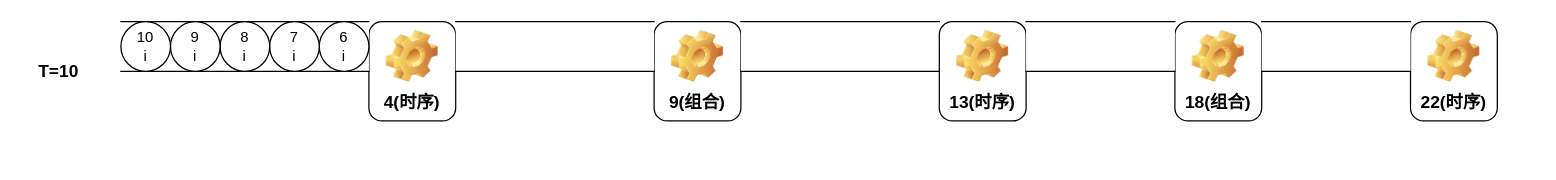
Dercury/CLDK keeps this draw.io diagram as verilator_digrams/推测执行.drawio. Above is the earlier version. Source tidied: cells renumbered, new cells numbered last; positions are measured from the earlier drawing's top-left corner, leaving out a move shared by most shapes. Both pictures are drawn from the tidied source at 124%, with x=0, y=0 at pixel (21, 21).
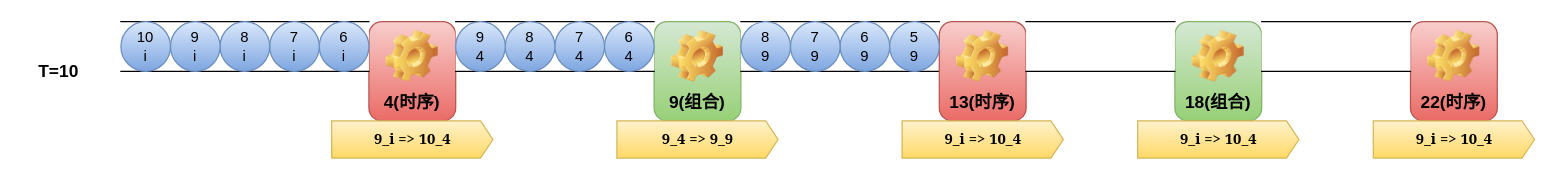
The same diagram, later.

Commit message (it also covers changes not shown here):
更新推测执行.drawio

What changed in the source:
```diff
@@
-    <mxCell id="2" value="4(时序)" style="label;whiteSpace=wrap;html=1;align=center;verticalAlign=bottom;spacingLeft=0;spacingBottom=4;imageAlign=center;imageVerticalAlign=top;image=img/clipart/Gear_128x128.png;fontSize=14;" parent="1" vertex="1">
+    <mxCell id="2" value="4(时序)" style="label;whiteSpace=wrap;html=1;align=center;verticalAlign=bottom;spacingLeft=0;spacingBottom=4;imageAlign=center;imageVerticalAlign=top;image=img/clipart/Gear_128x128.png;fontSize=14;fillColor=#f8cecc;gradientColor=#ea6b66;strokeColor=#b85450;" parent="1" vertex="1">
       <mxGeometry x="280" width="70" height="80" as="geometry" />
     </mxCell>
-    <mxCell id="3" value="9(组合)" style="label;whiteSpace=wrap;html=1;align=center;verticalAlign=bottom;spacingLeft=0;spacingBottom=4;imageAlign=center;imageVerticalAlign=top;image=img/clipart/Gear_128x128.png;fontSize=14;" parent="1" vertex="1">
+    <mxCell id="3" value="9(组合)" style="label;whiteSpace=wrap;html=1;align=center;verticalAlign=bottom;spacingLeft=0;spacingBottom=4;imageAlign=center;imageVerticalAlign=top;image=img/clipart/Gear_128x128.png;fontSize=14;fillColor=#d5e8d4;gradientColor=#97d077;strokeColor=#82b366;" parent="1" vertex="1">
       <mxGeometry x="510" width="70" height="80" as="geometry" />
     </mxCell>
@@
-    <mxCell id="5" value="&lt;div&gt;6&lt;/div&gt;&lt;div&gt;i&lt;/div&gt;" style="ellipse;whiteSpace=wrap;html=1;" parent="1" vertex="1">
+    <mxCell id="5" value="&lt;div&gt;6&lt;/div&gt;&lt;div&gt;i&lt;/div&gt;" style="ellipse;whiteSpace=wrap;html=1;fillColor=#dae8fc;gradientColor=#7ea6e0;strokeColor=#6c8ebf;" parent="1" vertex="1">
       <mxGeometry x="240" width="40" height="40" as="geometry" />
     </mxCell>
@@
-    <mxCell id="8" value="13(时序)" style="label;whiteSpace=wrap;html=1;align=center;verticalAlign=bottom;spacingLeft=0;spacingBottom=4;imageAlign=center;imageVerticalAlign=top;image=img/clipart/Gear_128x128.png;fontSize=14;" parent="1" vertex="1">
+    <mxCell id="8" value="13(时序)" style="label;whiteSpace=wrap;html=1;align=center;verticalAlign=bottom;spacingLeft=0;spacingBottom=4;imageAlign=center;imageVerticalAlign=top;image=img/clipart/Gear_128x128.png;fontSize=14;fillColor=#f8cecc;gradientColor=#ea6b66;strokeColor=#b85450;" parent="1" vertex="1">
       <mxGeometry x="740" width="70" height="80" as="geometry" />
     </mxCell>
-    <mxCell id="9" value="22(时序)" style="label;whiteSpace=wrap;html=1;align=center;verticalAlign=bottom;spacingLeft=0;spacingBottom=4;imageAlign=center;imageVerticalAlign=top;image=img/clipart/Gear_128x128.png;fontSize=14;" parent="1" vertex="1">
+    <mxCell id="9" value="22(时序)" style="label;whiteSpace=wrap;html=1;align=center;verticalAlign=bottom;spacingLeft=0;spacingBottom=4;imageAlign=center;imageVerticalAlign=top;image=img/clipart/Gear_128x128.png;fontSize=14;fillColor=#f8cecc;gradientColor=#ea6b66;strokeColor=#b85450;" parent="1" vertex="1">
       <mxGeometry x="1120" width="70" height="80" as="geometry" />
     </mxCell>
-    <mxCell id="10" value="18(组合)" style="label;whiteSpace=wrap;html=1;align=center;verticalAlign=bottom;spacingLeft=0;spacingBottom=4;imageAlign=center;imageVerticalAlign=top;image=img/clipart/Gear_128x128.png;fontSize=14;" parent="1" vertex="1">
+    <mxCell id="10" value="18(组合)" style="label;whiteSpace=wrap;html=1;align=center;verticalAlign=bottom;spacingLeft=0;spacingBottom=4;imageAlign=center;imageVerticalAlign=top;image=img/clipart/Gear_128x128.png;fontSize=14;fillColor=#d5e8d4;gradientColor=#97d077;strokeColor=#82b366;" parent="1" vertex="1">
       <mxGeometry x="930" width="70" height="80" as="geometry" />
     </mxCell>
@@
-    <mxCell id="14" value="&lt;div&gt;7&lt;/div&gt;&lt;div&gt;i&lt;/div&gt;" style="ellipse;whiteSpace=wrap;html=1;" parent="1" vertex="1">
+    <mxCell id="14" value="&lt;div&gt;7&lt;/div&gt;&lt;div&gt;i&lt;/div&gt;" style="ellipse;whiteSpace=wrap;html=1;fillColor=#dae8fc;gradientColor=#7ea6e0;strokeColor=#6c8ebf;" parent="1" vertex="1">
       <mxGeometry x="200" width="40" height="40" as="geometry" />
     </mxCell>
-    <mxCell id="15" value="&lt;div&gt;8&lt;/div&gt;&lt;div&gt;i&lt;/div&gt;" style="ellipse;whiteSpace=wrap;html=1;" parent="1" vertex="1">
+    <mxCell id="15" value="&lt;div&gt;8&lt;/div&gt;&lt;div&gt;i&lt;/div&gt;" style="ellipse;whiteSpace=wrap;html=1;fillColor=#dae8fc;gradientColor=#7ea6e0;strokeColor=#6c8ebf;" parent="1" vertex="1">
       <mxGeometry x="160" width="40" height="40" as="geometry" />
     </mxCell>
-    <mxCell id="16" value="&lt;div&gt;9&lt;/div&gt;&lt;div&gt;i&lt;/div&gt;" style="ellipse;whiteSpace=wrap;html=1;" parent="1" vertex="1">
+    <mxCell id="16" value="&lt;div&gt;9&lt;/div&gt;&lt;div&gt;i&lt;/div&gt;" style="ellipse;whiteSpace=wrap;html=1;fillColor=#dae8fc;gradientColor=#7ea6e0;strokeColor=#6c8ebf;" parent="1" vertex="1">
       <mxGeometry x="120" width="40" height="40" as="geometry" />
     </mxCell>
-    <mxCell id="17" value="&lt;div&gt;10&lt;/div&gt;&lt;div&gt;i&lt;/div&gt;" style="ellipse;whiteSpace=wrap;html=1;" parent="1" vertex="1">
+    <mxCell id="17" value="&lt;div&gt;10&lt;/div&gt;&lt;div&gt;i&lt;/div&gt;" style="ellipse;whiteSpace=wrap;html=1;fillColor=#dae8fc;gradientColor=#7ea6e0;strokeColor=#6c8ebf;" parent="1" vertex="1">
       <mxGeometry x="80" width="40" height="40" as="geometry" />
     </mxCell>
+    <mxCell id="18" value="9_i =&amp;gt; 10_4" style="html=1;shadow=0;dashed=0;align=center;verticalAlign=middle;shape=mxgraph.arrows2.arrow;dy=0;dx=10;notch=0;fillColor=#fff2cc;gradientColor=#ffd966;strokeColor=#d6b656;fontFamily=Georgia;fontStyle=1;" parent="1" vertex="1">
+      <mxGeometry x="250" y="80" width="130" height="30" as="geometry" />
+    </mxCell>
+    <mxCell id="19" value="9_4 =&amp;gt; 9_9" style="html=1;shadow=0;dashed=0;align=center;verticalAlign=middle;shape=mxgraph.arrows2.arrow;dy=0;dx=10;notch=0;fillColor=#fff2cc;gradientColor=#ffd966;strokeColor=#d6b656;fontFamily=Georgia;fontStyle=1;" parent="1" vertex="1">
+      <mxGeometry x="480" y="80" width="130" height="30" as="geometry" />
+    </mxCell>
+    <mxCell id="20" value="9_i =&amp;gt; 10_4" style="html=1;shadow=0;dashed=0;align=center;verticalAlign=middle;shape=mxgraph.arrows2.arrow;dy=0;dx=10;notch=0;fillColor=#fff2cc;gradientColor=#ffd966;strokeColor=#d6b656;fontFamily=Georgia;fontStyle=1;" parent="1" vertex="1">
+      <mxGeometry x="710" y="80" width="130" height="30" as="geometry" />
+    </mxCell>
+    <mxCell id="21" value="9_i =&amp;gt; 10_4" style="html=1;shadow=0;dashed=0;align=center;verticalAlign=middle;shape=mxgraph.arrows2.arrow;dy=0;dx=10;notch=0;fillColor=#fff2cc;gradientColor=#ffd966;strokeColor=#d6b656;fontFamily=Georgia;fontStyle=1;" parent="1" vertex="1">
+      <mxGeometry x="900" y="80" width="130" height="30" as="geometry" />
+    </mxCell>
+    <mxCell id="22" value="9_i =&amp;gt; 10_4" style="html=1;shadow=0;dashed=0;align=center;verticalAlign=middle;shape=mxgraph.arrows2.arrow;dy=0;dx=10;notch=0;fillColor=#fff2cc;gradientColor=#ffd966;strokeColor=#d6b656;fontFamily=Georgia;fontStyle=1;" parent="1" vertex="1">
+      <mxGeometry x="1090" y="80" width="130" height="30" as="geometry" />
+    </mxCell>
+    <mxCell id="23" value="&lt;div&gt;6&lt;/div&gt;&lt;div&gt;4&lt;/div&gt;" style="ellipse;whiteSpace=wrap;html=1;fillColor=#dae8fc;gradientColor=#7ea6e0;strokeColor=#6c8ebf;" parent="1" vertex="1">
+      <mxGeometry x="470" width="40" height="40" as="geometry" />
+    </mxCell>
+    <mxCell id="24" value="&lt;div&gt;7&lt;/div&gt;&lt;div&gt;4&lt;/div&gt;" style="ellipse;whiteSpace=wrap;html=1;fillColor=#dae8fc;gradientColor=#7ea6e0;strokeColor=#6c8ebf;" parent="1" vertex="1">
+      <mxGeometry x="430" width="40" height="40" as="geometry" />
+    </mxCell>
+    <mxCell id="25" value="&lt;div&gt;8&lt;/div&gt;&lt;div&gt;4&lt;/div&gt;" style="ellipse;whiteSpace=wrap;html=1;fillColor=#dae8fc;gradientColor=#7ea6e0;strokeColor=#6c8ebf;" parent="1" vertex="1">
+      <mxGeometry x="390" width="40" height="40" as="geometry" />
+    </mxCell>
+    <mxCell id="26" value="&lt;div&gt;9&lt;/div&gt;&lt;div&gt;4&lt;/div&gt;" style="ellipse;whiteSpace=wrap;html=1;fillColor=#dae8fc;gradientColor=#7ea6e0;strokeColor=#6c8ebf;" parent="1" vertex="1">
+      <mxGeometry x="350" width="40" height="40" as="geometry" />
+    </mxCell>
+    <mxCell id="27" value="&lt;div&gt;6&lt;/div&gt;&lt;div&gt;9&lt;/div&gt;" style="ellipse;whiteSpace=wrap;html=1;fillColor=#dae8fc;gradientColor=#7ea6e0;strokeColor=#6c8ebf;" parent="1" vertex="1">
+      <mxGeometry x="660" width="40" height="40" as="geometry" />
+    </mxCell>
+    <mxCell id="28" value="&lt;div&gt;7&lt;/div&gt;&lt;div&gt;9&lt;/div&gt;" style="ellipse;whiteSpace=wrap;html=1;fillColor=#dae8fc;gradientColor=#7ea6e0;strokeColor=#6c8ebf;" parent="1" vertex="1">
+      <mxGeometry x="620" width="40" height="40" as="geometry" />
+    </mxCell>
+    <mxCell id="29" value="&lt;div&gt;8&lt;/div&gt;&lt;div&gt;9&lt;/div&gt;" style="ellipse;whiteSpace=wrap;html=1;fillColor=#dae8fc;gradientColor=#7ea6e0;strokeColor=#6c8ebf;" parent="1" vertex="1">
+      <mxGeometry x="580" width="40" height="40" as="geometry" />
+    </mxCell>
+    <mxCell id="30" value="&lt;div&gt;5&lt;/div&gt;&lt;div&gt;9&lt;/div&gt;" style="ellipse;whiteSpace=wrap;html=1;fillColor=#dae8fc;gradientColor=#7ea6e0;strokeColor=#6c8ebf;" parent="1" vertex="1">
+      <mxGeometry x="700" width="40" height="40" as="geometry" />
+    </mxCell>
```
